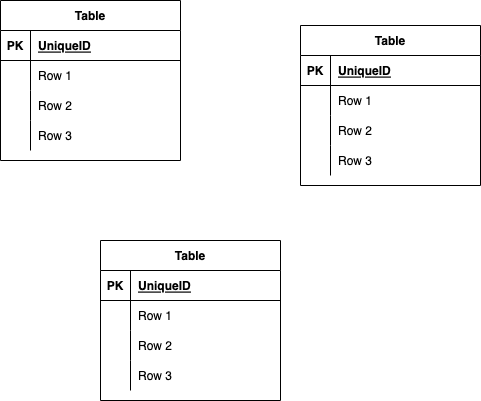
Before: Food-Delivery-App.drawio.png, a diagram exported from draw.io (PunitDh/food-delivery-app-backend). Source tidied: cells renumbered, new cells last; positions are measured from the earlier drawing's top-left corner, leaving out a move shared by most shapes.
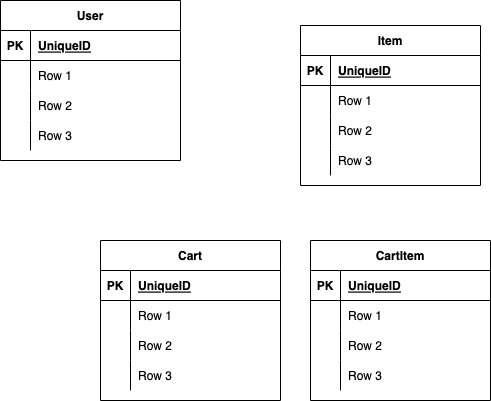
Later version of the same file.

Change to the diagram source:
```diff
@@ -2,7 +2,7 @@
   <root>
     <mxCell id="0" />
     <mxCell id="1" parent="0" />
-    <mxCell id="2" value="Table" style="shape=table;startSize=30;rowLines=0;fontStyle=1;align=center;" parent="1" vertex="1">
+    <mxCell id="2" value="User" style="shape=table;startSize=30;rowLines=0;fontStyle=1;align=center;" parent="1" vertex="1">
       <mxGeometry width="180" height="160" as="geometry" />
     </mxCell>
     <mxCell id="3" style="shape=tableRow;horizontal=0;startSize=0;swimlaneHead=0;swimlaneBody=0;fillColor=none;top=0;left=0;right=0;bottom=1;" parent="2" vertex="1">
@@ -41,7 +41,7 @@
     <mxCell id="14" value="Row 3" style="shape=partialRectangle;fillColor=none;top=0;left=0;bottom=0;right=0;align=left;spacingLeft=6;overflow=hidden;" parent="12" vertex="1">
       <mxGeometry x="30" width="150" height="30" as="geometry" />
     </mxCell>
-    <mxCell id="15" value="Table" style="shape=table;startSize=30;rowLines=0;fontStyle=1;align=center;" parent="1" vertex="1">
+    <mxCell id="15" value="Item" style="shape=table;startSize=30;rowLines=0;fontStyle=1;align=center;" parent="1" vertex="1">
       <mxGeometry x="300" y="25" width="180" height="160" as="geometry" />
     </mxCell>
     <mxCell id="16" style="shape=tableRow;horizontal=0;startSize=0;swimlaneHead=0;swimlaneBody=0;fillColor=none;top=0;left=0;right=0;bottom=1;" parent="15" vertex="1">
@@ -80,7 +80,7 @@
     <mxCell id="27" value="Row 3" style="shape=partialRectangle;fillColor=none;top=0;left=0;bottom=0;right=0;align=left;spacingLeft=6;overflow=hidden;" parent="25" vertex="1">
       <mxGeometry x="30" width="150" height="30" as="geometry" />
     </mxCell>
-    <mxCell id="28" value="Table" style="shape=table;startSize=30;rowLines=0;fontStyle=1;align=center;" parent="1" vertex="1">
+    <mxCell id="28" value="Cart" style="shape=table;startSize=30;rowLines=0;fontStyle=1;align=center;" parent="1" vertex="1">
       <mxGeometry x="100" y="240" width="180" height="160" as="geometry" />
     </mxCell>
     <mxCell id="29" style="shape=tableRow;horizontal=0;startSize=0;swimlaneHead=0;swimlaneBody=0;fillColor=none;top=0;left=0;right=0;bottom=1;" parent="28" vertex="1">
@@ -119,5 +119,44 @@
     <mxCell id="40" value="Row 3" style="shape=partialRectangle;fillColor=none;top=0;left=0;bottom=0;right=0;align=left;spacingLeft=6;overflow=hidden;" parent="38" vertex="1">
       <mxGeometry x="30" width="150" height="30" as="geometry" />
     </mxCell>
+    <mxCell id="41" value="CartItem" style="shape=table;startSize=30;rowLines=0;fontStyle=1;align=center;" parent="1" vertex="1">
+      <mxGeometry x="310" y="240" width="180" height="160" as="geometry" />
+    </mxCell>
+    <mxCell id="42" style="shape=tableRow;horizontal=0;startSize=0;swimlaneHead=0;swimlaneBody=0;fillColor=none;top=0;left=0;right=0;bottom=1;" parent="41" vertex="1">
+      <mxGeometry y="30" width="180" height="30" as="geometry" />
+    </mxCell>
+    <mxCell id="43" value="PK" style="shape=partialRectangle;fillColor=none;top=0;left=0;bottom=0;right=0;fontStyle=1;overflow=hidden;" parent="42" vertex="1">
+      <mxGeometry width="30" height="30" as="geometry" />
+    </mxCell>
+    <mxCell id="44" value="UniqueID" style="shape=partialRectangle;fillColor=none;top=0;left=0;bottom=0;right=0;align=left;spacingLeft=6;fontStyle=5;overflow=hidden;" parent="42" vertex="1">
+      <mxGeometry x="30" width="150" height="30" as="geometry" />
+    </mxCell>
+    <mxCell id="45" style="shape=tableRow;horizontal=0;startSize=0;swimlaneHead=0;swimlaneBody=0;fillColor=none;top=0;left=0;right=0;bottom=0;" parent="41" vertex="1">
+      <mxGeometry y="60" width="180" height="30" as="geometry" />
+    </mxCell>
+    <mxCell id="46" style="shape=partialRectangle;fillColor=none;top=0;left=0;bottom=0;right=0;overflow=hidden;" parent="45" vertex="1">
+      <mxGeometry width="30" height="30" as="geometry" />
+    </mxCell>
+    <mxCell id="47" value="Row 1" style="shape=partialRectangle;fillColor=none;top=0;left=0;bottom=0;right=0;align=left;spacingLeft=6;overflow=hidden;" parent="45" vertex="1">
+      <mxGeometry x="30" width="150" height="30" as="geometry" />
+    </mxCell>
+    <mxCell id="48" style="shape=tableRow;horizontal=0;startSize=0;swimlaneHead=0;swimlaneBody=0;fillColor=none;top=0;left=0;right=0;bottom=0;" parent="41" vertex="1">
+      <mxGeometry y="90" width="180" height="30" as="geometry" />
+    </mxCell>
+    <mxCell id="49" style="shape=partialRectangle;fillColor=none;top=0;left=0;bottom=0;right=0;overflow=hidden;" parent="48" vertex="1">
+      <mxGeometry width="30" height="30" as="geometry" />
+    </mxCell>
+    <mxCell id="50" value="Row 2" style="shape=partialRectangle;fillColor=none;top=0;left=0;bottom=0;right=0;align=left;spacingLeft=6;overflow=hidden;" parent="48" vertex="1">
+      <mxGeometry x="30" width="150" height="30" as="geometry" />
+    </mxCell>
+    <mxCell id="51" style="shape=tableRow;horizontal=0;startSize=0;swimlaneHead=0;swimlaneBody=0;fillColor=none;top=0;left=0;right=0;bottom=0;" parent="41" vertex="1">
+      <mxGeometry y="120" width="180" height="30" as="geometry" />
+    </mxCell>
+    <mxCell id="52" style="shape=partialRectangle;fillColor=none;top=0;left=0;bottom=0;right=0;overflow=hidden;" parent="51" vertex="1">
+      <mxGeometry width="30" height="30" as="geometry" />
+    </mxCell>
+    <mxCell id="53" value="Row 3" style="shape=partialRectangle;fillColor=none;top=0;left=0;bottom=0;right=0;align=left;spacingLeft=6;overflow=hidden;" parent="51" vertex="1">
+      <mxGeometry x="30" width="150" height="30" as="geometry" />
+    </mxCell>
   </root>
 </mxGraphModel>
```
